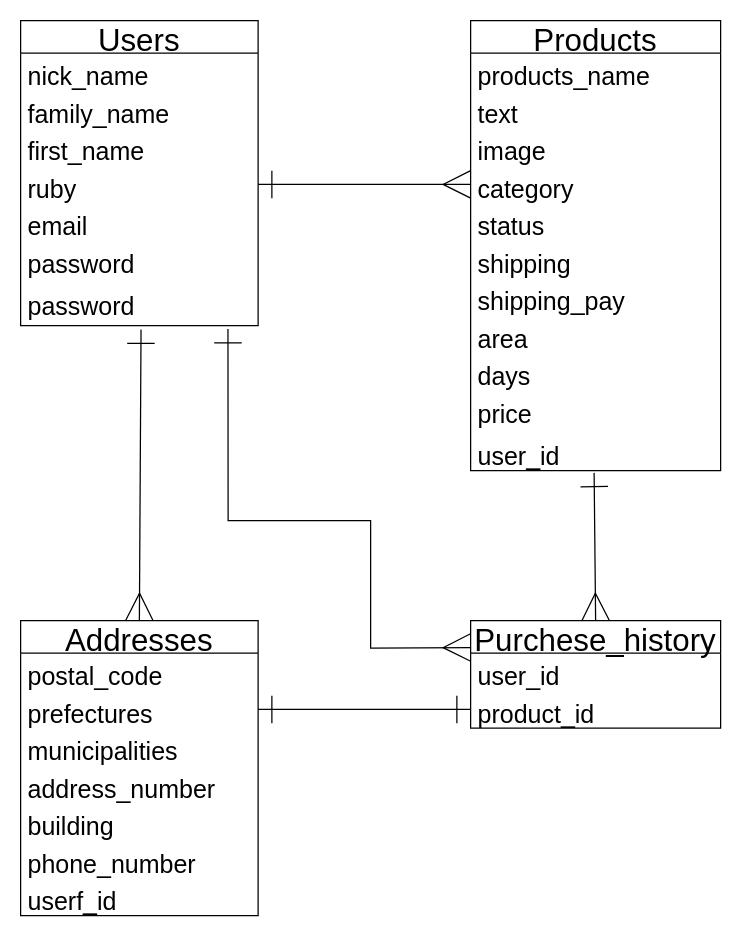
Earlier version of the draw.io diagram figure.dio (shige1128/furima-30933). Source tidied: cells renumbered, new cells numbered last; positions are measured from the earlier drawing's top-left corner, leaving out a move shared by most shapes. Both pictures are drawn from the tidied source at 125%, with x=0, y=0 at pixel (20, 20).
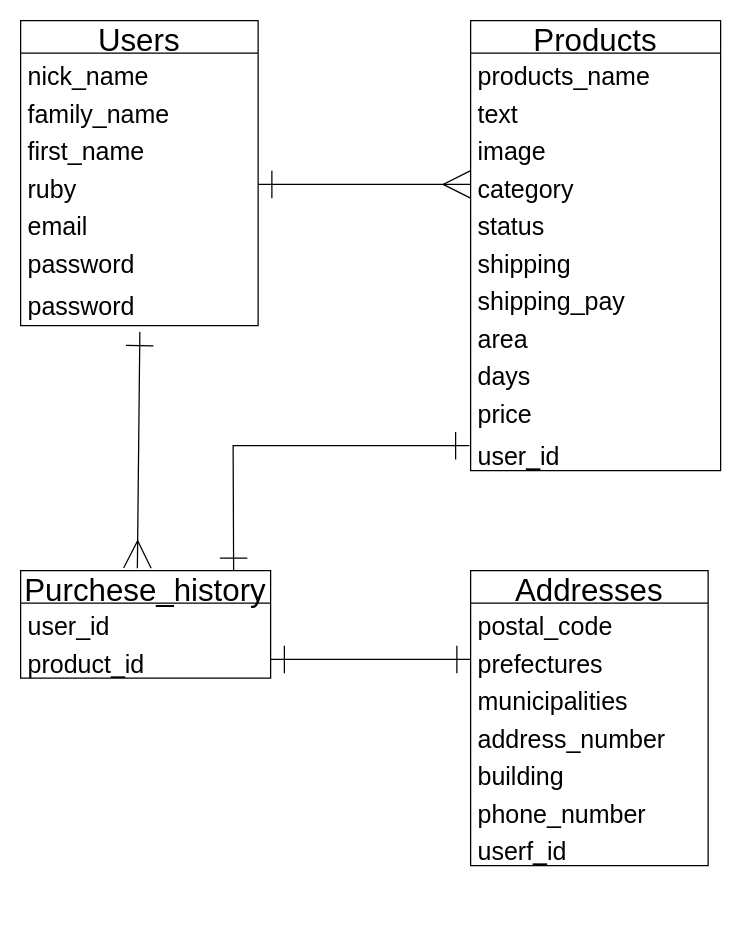
After the change.

Commit message (it also covers changes not shown here):
README修正(再再々)

Unchanged cells that the change refers to:
```xml
<mxCell id="10" value="password" style="text;strokeColor=none;fillColor=none;spacingLeft=4;spacingRight=4;overflow=hidden;points=[[0,0.5],[1,0.5]];portConstraint=eastwest;fontSize=20;" parent="3" vertex="1">
  <mxGeometry y="210" width="190" height="34" as="geometry" />
</mxCell>
<mxCell id="23" value="user_id" style="text;strokeColor=none;fillColor=none;spacingLeft=4;spacingRight=4;overflow=hidden;points=[[0,0.5],[1,0.5]];portConstraint=eastwest;fontSize=20;" parent="12" vertex="1">
  <mxGeometry y="330" width="200" height="30" as="geometry" />
</mxCell>
<mxCell id="26" value="prefectures" style="text;strokeColor=none;fillColor=none;spacingLeft=4;spacingRight=4;overflow=hidden;points=[[0,0.5],[1,0.5]];portConstraint=eastwest;fontSize=20;" parent="24" vertex="1">
  <mxGeometry y="56" width="190" height="30" as="geometry" />
</mxCell>
<mxCell id="35" value="product_id" style="text;strokeColor=none;fillColor=none;spacingLeft=4;spacingRight=4;overflow=hidden;points=[[0,0.5],[1,0.5]];portConstraint=eastwest;fontSize=20;" parent="33" vertex="1">
  <mxGeometry y="56" width="200" height="30" as="geometry" />
</mxCell>
```

Diff of the diagram source:
```diff
@@
-    <mxCell id="2" style="edgeStyle=none;rounded=0;jettySize=auto;html=1;entryX=0.5;entryY=0;entryDx=0;entryDy=0;endArrow=ERmany;endFill=0;endSize=20;fontSize=25;exitX=0.507;exitY=1.094;exitDx=0;exitDy=0;exitPerimeter=0;startArrow=ERone;startFill=0;targetPerimeterSpacing=6;sourcePerimeterSpacing=6;startSize=20;" parent="1" edge="1" source="10" target="24">
-      <mxGeometry relative="1" as="geometry" />
-    </mxCell>
@@
-    <mxCell id="11" style="edgeStyle=none;rounded=0;jettySize=auto;html=1;exitX=0.494;exitY=1.06;exitDx=0;exitDy=0;entryX=0.5;entryY=0;entryDx=0;entryDy=0;startArrow=ERone;startFill=0;startSize=20;sourcePerimeterSpacing=0;endArrow=ERmany;endFill=0;endSize=20;targetPerimeterSpacing=6;strokeWidth=1;fontSize=25;exitPerimeter=0;" parent="1" edge="1" source="23" target="33">
-      <mxGeometry relative="1" as="geometry" />
+    <mxCell id="11" style="edgeStyle=none;rounded=0;jettySize=auto;html=1;entryX=0.852;entryY=0.012;entryDx=0;entryDy=0;startArrow=ERone;startFill=0;startSize=20;sourcePerimeterSpacing=0;endArrow=ERone;endFill=0;endSize=20;targetPerimeterSpacing=6;strokeWidth=1;fontSize=25;entryPerimeter=0;" parent="1" edge="1" target="33">
+      <mxGeometry relative="1" as="geometry">
+        <mxPoint x="359" y="340" as="sourcePoint" />
+        <Array as="points">
+          <mxPoint x="320" y="340" />
+          <mxPoint x="170" y="340" />
+        </Array>
+      </mxGeometry>
     </mxCell>
@@
     <mxCell id="24" value="Addresses" style="swimlane;fontStyle=0;horizontal=1;startSize=26;align=center;fontSize=25;" parent="1" vertex="1">
-      <mxGeometry y="480" width="190" height="236" as="geometry" />
+      <mxGeometry x="360" y="440" width="190" height="236" as="geometry" />
     </mxCell>
@@
     <mxCell id="33" value="Purchese_history" style="swimlane;fontStyle=0;horizontal=1;startSize=26;align=center;fontSize=25;" parent="1" vertex="1">
-      <mxGeometry x="360" y="480" width="200" height="86" as="geometry" />
+      <mxGeometry y="440" width="200" height="86" as="geometry" />
     </mxCell>
@@
-    <mxCell id="36" style="edgeStyle=none;rounded=0;jettySize=auto;html=1;exitX=1;exitY=0.5;exitDx=0;exitDy=0;entryX=0;entryY=0.5;entryDx=0;entryDy=0;startArrow=ERone;startFill=0;startSize=20;sourcePerimeterSpacing=0;endArrow=ERone;endFill=0;endSize=20;targetPerimeterSpacing=6;strokeWidth=1;fontSize=25;" parent="1" edge="1" source="26" target="35">
-      <mxGeometry relative="1" as="geometry" />
+    <mxCell id="36" style="edgeStyle=none;rounded=0;jettySize=auto;html=1;entryX=1;entryY=0.5;entryDx=0;entryDy=0;startArrow=ERone;startFill=0;startSize=20;sourcePerimeterSpacing=0;endArrow=ERone;endFill=0;endSize=20;targetPerimeterSpacing=6;strokeWidth=1;fontSize=25;" parent="1" edge="1" target="35">
+      <mxGeometry relative="1" as="geometry">
+        <mxPoint x="360" y="511" as="sourcePoint" />
+      </mxGeometry>
     </mxCell>
-    <mxCell id="37" style="edgeStyle=none;rounded=0;jettySize=auto;html=1;exitX=0.873;exitY=1.082;exitDx=0;exitDy=0;entryX=0;entryY=0.25;entryDx=0;entryDy=0;startArrow=ERone;startFill=0;startSize=20;sourcePerimeterSpacing=0;endArrow=ERmany;endFill=0;endSize=20;targetPerimeterSpacing=6;strokeWidth=1;fontSize=25;exitPerimeter=0;" parent="1" edge="1" source="10" target="33">
-      <mxGeometry relative="1" as="geometry">
-        <Array as="points">
-          <mxPoint x="166" y="400" />
-          <mxPoint x="280" y="400" />
-          <mxPoint x="280" y="502" />
-        </Array>
-      </mxGeometry>
+    <mxCell id="37" style="edgeStyle=none;rounded=0;jettySize=auto;html=1;exitX=0.502;exitY=1.147;exitDx=0;exitDy=0;entryX=0.467;entryY=-0.023;entryDx=0;entryDy=0;startArrow=ERone;startFill=0;startSize=20;sourcePerimeterSpacing=0;endArrow=ERmany;endFill=0;endSize=20;targetPerimeterSpacing=6;strokeWidth=1;fontSize=25;exitPerimeter=0;entryPerimeter=0;" parent="1" edge="1" source="10" target="33">
+      <mxGeometry relative="1" as="geometry" />
     </mxCell>
```
